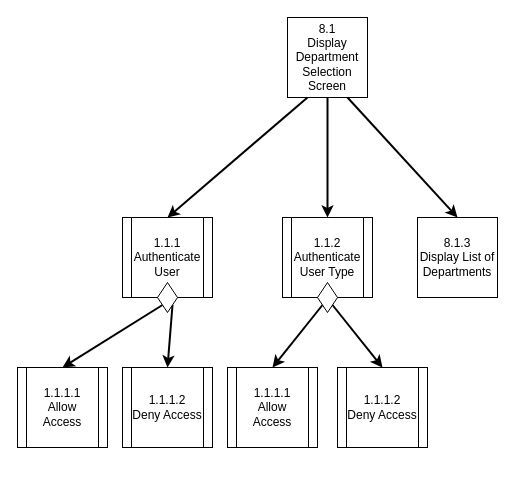
Harlento/SchedulingSystem keeps this draw.io diagram as page "8.1: Display Dept Selection Screen" (1 of 3) of Diagrams/StructureCharts/Proc8UpdateDept.drawio. Above is the earlier version. Source tidied: cells renumbered, new cells numbered last; positions are measured from the earlier drawing's top-left corner, leaving out a move shared by most shapes. Both pictures are drawn from the tidied source at 100%, with x=0, y=0 at pixel (17, 17).
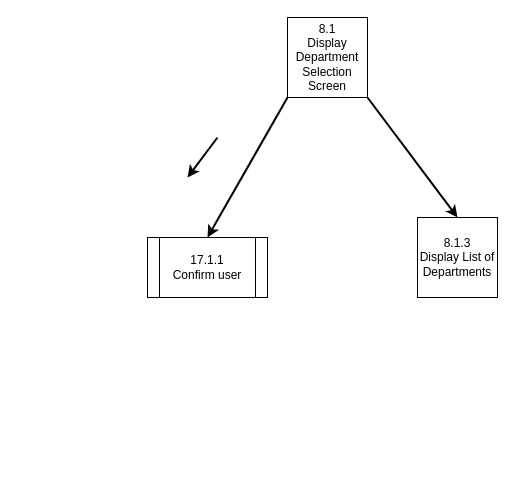
Above is the later version.

Unchanged cells that the change refers to:
```xml
<mxCell id="2" value="8.1&lt;br&gt;Display Department Selection Screen" style="whiteSpace=wrap;html=1;" parent="1" vertex="1">
  <mxGeometry x="270" width="80" height="80" as="geometry" />
</mxCell>
<mxCell id="4" value="8.1.3&lt;br&gt;Display List of Departments" style="whiteSpace=wrap;html=1;" parent="1" vertex="1">
  <mxGeometry x="400" y="200" width="80" height="80" as="geometry" />
</mxCell>
```

The edit, as a diff of the source:
```diff
@@
-    <mxCell id="5" style="endArrow=classic;html=1;exitX=0;exitY=1;exitDx=0;exitDy=0;entryX=0.5;entryY=0;entryDx=0;entryDy=0;strokeWidth=2;" parent="1" edge="1" source="12" target="11">
-      <mxGeometry relative="1" as="geometry" />
-    </mxCell>
-    <mxCell id="6" style="endArrow=classic;html=1;exitX=0.75;exitY=1;exitDx=0;exitDy=0;strokeWidth=2;entryX=0.5;entryY=0;entryDx=0;entryDy=0;" parent="1" edge="1" source="2" target="4">
+    <mxCell id="6" style="endArrow=classic;html=1;exitX=1;exitY=1;exitDx=0;exitDy=0;strokeWidth=2;entryX=0.5;entryY=0;entryDx=0;entryDy=0;" parent="1" edge="1" source="2" target="4">
       <mxGeometry relative="1" as="geometry" />
     </mxCell>
-    <mxCell id="7" style="endArrow=classic;html=1;exitX=0.25;exitY=1;exitDx=0;exitDy=0;entryX=0.5;entryY=0;entryDx=0;entryDy=0;strokeWidth=2;" parent="1" edge="1" source="2" target="9">
-      <mxGeometry relative="1" as="geometry" />
-    </mxCell>
-    <mxCell id="8" style="endArrow=classic;html=1;strokeWidth=2;entryX=0.5;entryY=0;entryDx=0;entryDy=0;exitX=1;exitY=1;exitDx=0;exitDy=0;" parent="1" edge="1" source="12" target="10">
-      <mxGeometry relative="1" as="geometry" />
-    </mxCell>
-    <mxCell id="9" value="&lt;span style=&quot;white-space: normal&quot;&gt;1.1.1&lt;br&gt;&lt;/span&gt;Authenticate User" style="shape=process;whiteSpace=wrap;html=1;backgroundOutline=1;" parent="1" vertex="1">
-      <mxGeometry x="105" y="200" width="90" height="80" as="geometry" />
-    </mxCell>
-    <mxCell id="10" value="1.1.1.2&lt;br&gt;Deny Access" style="shape=process;whiteSpace=wrap;html=1;backgroundOutline=1;" parent="1" vertex="1">
-      <mxGeometry x="105" y="350" width="90" height="80" as="geometry" />
-    </mxCell>
-    <mxCell id="11" value="1.1.1.1&lt;br&gt;Allow Access" style="shape=process;whiteSpace=wrap;html=1;backgroundOutline=1;" parent="1" vertex="1">
-      <mxGeometry y="350" width="90" height="80" as="geometry" />
-    </mxCell>
-    <mxCell id="12" style="rhombus;whiteSpace=wrap;html=1;fillColor=#FFFFFF;" parent="1" vertex="1">
-      <mxGeometry x="140" y="265" width="20" height="30" as="geometry" />
-    </mxCell>
@@
-    <mxCell id="14" style="endArrow=classic;html=1;exitX=0;exitY=1;exitDx=0;exitDy=0;strokeWidth=2;entryX=0.5;entryY=0;entryDx=0;entryDy=0;" parent="1" edge="1" source="17" target="19">
-      <mxGeometry relative="1" as="geometry" />
-    </mxCell>
-    <mxCell id="15" style="endArrow=classic;html=1;strokeWidth=2;exitX=1;exitY=1;exitDx=0;exitDy=0;entryX=0.5;entryY=0;entryDx=0;entryDy=0;" parent="1" edge="1" source="17" target="20">
-      <mxGeometry relative="1" as="geometry" />
-    </mxCell>
-    <mxCell id="16" value="&lt;span style=&quot;white-space: normal&quot;&gt;1.1.2&lt;br&gt;&lt;/span&gt;Authenticate User Type" style="shape=process;whiteSpace=wrap;html=1;backgroundOutline=1;" parent="1" vertex="1">
-      <mxGeometry x="265" y="200" width="90" height="80" as="geometry" />
-    </mxCell>
-    <mxCell id="17" style="rhombus;whiteSpace=wrap;html=1;fillColor=#FFFFFF;" parent="1" vertex="1">
-      <mxGeometry x="300" y="265" width="20" height="30" as="geometry" />
-    </mxCell>
-    <mxCell id="18" style="endArrow=classic;html=1;exitX=0.5;exitY=1;exitDx=0;exitDy=0;entryX=0.5;entryY=0;entryDx=0;entryDy=0;strokeWidth=2;" parent="1" edge="1" source="2" target="16">
-      <mxGeometry relative="1" as="geometry" />
-    </mxCell>
-    <mxCell id="19" value="1.1.1.1&lt;br&gt;Allow Access" style="shape=process;whiteSpace=wrap;html=1;backgroundOutline=1;" parent="1" vertex="1">
-      <mxGeometry x="210" y="350" width="90" height="80" as="geometry" />
-    </mxCell>
-    <mxCell id="20" value="1.1.1.2&lt;br&gt;Deny Access" style="shape=process;whiteSpace=wrap;html=1;backgroundOutline=1;" parent="1" vertex="1">
-      <mxGeometry x="320" y="350" width="90" height="80" as="geometry" />
-    </mxCell>
+    <mxCell id="21" value="17.1.1&lt;br&gt;Confirm user" style="shape=process;whiteSpace=wrap;html=1;backgroundOutline=1;" parent="1" vertex="1">
+      <mxGeometry x="130" y="220" width="120" height="60" as="geometry" />
+    </mxCell>
+    <mxCell id="22" style="endArrow=classic;html=1;strokeWidth=2;exitX=0;exitY=1;exitDx=0;exitDy=0;entryX=0.5;entryY=0;entryDx=0;entryDy=0;" parent="1" edge="1" source="2" target="21">
+      <mxGeometry relative="1" as="geometry" />
+    </mxCell>
+    <mxCell id="23" style="endArrow=classic;html=1;strokeWidth=2;" parent="1" edge="1">
+      <mxGeometry relative="1" as="geometry">
+        <mxPoint x="200" y="120" as="sourcePoint" />
+        <mxPoint x="170" y="160" as="targetPoint" />
+      </mxGeometry>
+    </mxCell>
```
